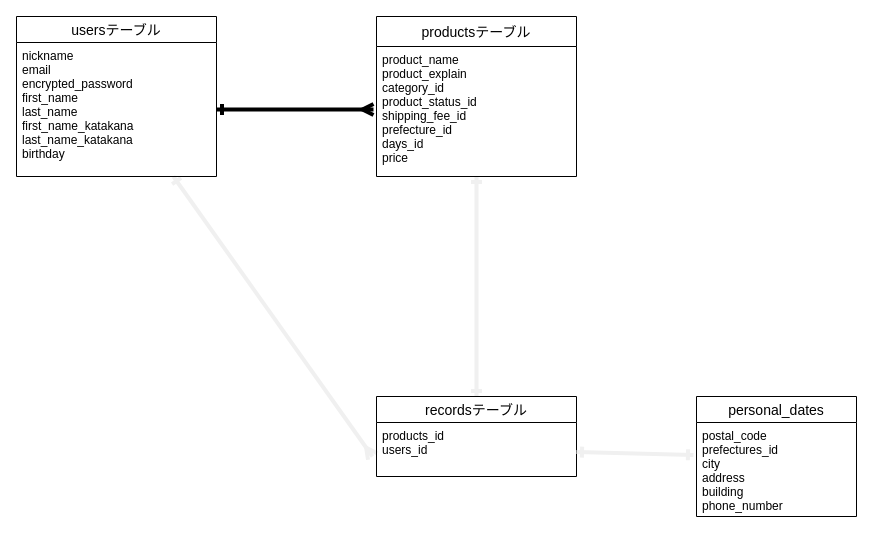
Before: er.dio in a-chikara/furima-34425, a draw.io diagram. Source tidied: cells renumbered, new cells numbered last; positions are measured from the earlier drawing's top-left corner, leaving out a move shared by most shapes. Both pictures are drawn from the tidied source at 100%, with x=0, y=0 at pixel (16, 16).
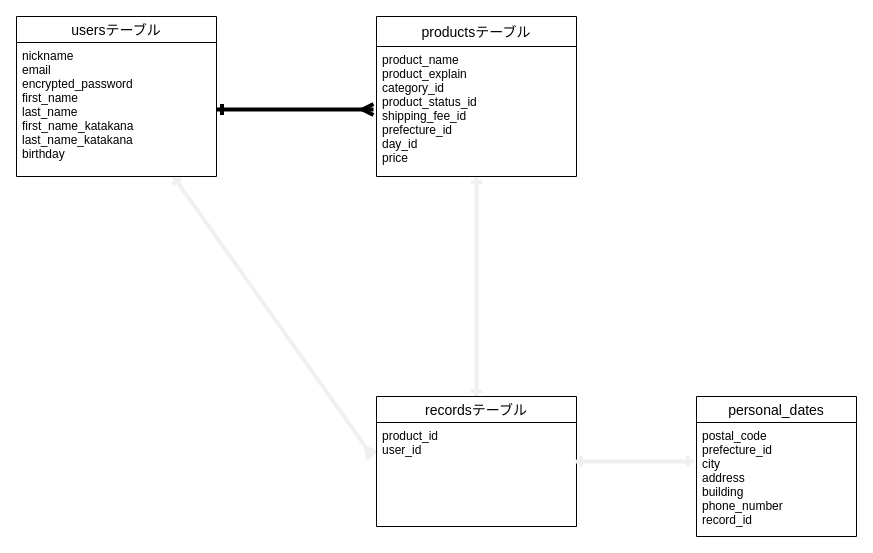
The same diagram, later.

The edit, as a diff of the source:
```diff
@@
 <mxGraphModel>
   <root>
     <mxCell id="0" />
     <mxCell id="1" parent="0" />
     <mxCell id="2" style="edgeStyle=orthogonalEdgeStyle;rounded=0;sketch=0;orthogonalLoop=1;jettySize=auto;html=1;exitX=0.5;exitY=1;exitDx=0;exitDy=0;strokeWidth=4;" parent="1" edge="1">
       <mxGeometry relative="1" as="geometry">
         <mxPoint x="590" y="300" as="sourcePoint" />
         <mxPoint x="590" y="300" as="targetPoint" />
       </mxGeometry>
     </mxCell>
     <mxCell id="3" style="edgeStyle=none;rounded=0;sketch=0;jettySize=auto;html=1;startArrow=ERone;startFill=0;endArrow=ERmany;endFill=0;strokeColor=#f0f0f0;strokeWidth=4;" parent="1" edge="1" source="4">
       <mxGeometry relative="1" as="geometry">
         <mxPoint x="356" y="440" as="targetPoint" />
       </mxGeometry>
     </mxCell>
     <mxCell id="4" value="usersテーブル" style="swimlane;fontStyle=0;horizontal=1;startSize=26;align=center;fontSize=14;rounded=0;sketch=0;" parent="1" vertex="1">
       <mxGeometry width="200" height="160" as="geometry" />
     </mxCell>
     <mxCell id="5" value="nickname&#10;email&#10;encrypted_password&#10;first_name&#10;last_name&#10;first_name_katakana&#10;last_name_katakana&#10;birthday" style="text;strokeColor=none;fillColor=none;spacingLeft=4;spacingRight=4;overflow=hidden;points=[[0,0.5],[1,0.5]];portConstraint=eastwest;fontSize=12;" parent="4" vertex="1">
       <mxGeometry y="26" width="200" height="134" as="geometry" />
     </mxCell>
     <mxCell id="6" style="rounded=0;sketch=0;jettySize=auto;html=1;entryX=0.5;entryY=0;entryDx=0;entryDy=0;startArrow=ERone;startFill=0;strokeColor=#f0f0f0;strokeWidth=4;endArrow=ERone;endFill=0;" parent="1" edge="1" source="7" target="10">
       <mxGeometry relative="1" as="geometry" />
     </mxCell>
     <mxCell id="7" value="productsテーブル" style="swimlane;fontStyle=0;horizontal=1;startSize=30;align=center;fontSize=14;rounded=0;sketch=0;" parent="1" vertex="1">
       <mxGeometry x="360" width="200" height="160" as="geometry" />
     </mxCell>
-    <mxCell id="8" value="product_name&#10;product_explain&#10;category_id&#10;product_status_id&#10;shipping_fee_id&#10;prefecture_id&#10;days_id&#10;price" style="text;strokeColor=none;fillColor=none;spacingLeft=4;spacingRight=4;overflow=hidden;fontSize=12;" parent="7" vertex="1">
+    <mxCell id="8" value="product_name&#10;product_explain&#10;category_id&#10;product_status_id&#10;shipping_fee_id&#10;prefecture_id&#10;day_id&#10;price" style="text;strokeColor=none;fillColor=none;spacingLeft=4;spacingRight=4;overflow=hidden;fontSize=12;" parent="7" vertex="1">
       <mxGeometry y="30" width="200" height="130" as="geometry" />
     </mxCell>
     <mxCell id="9" style="edgeStyle=orthogonalEdgeStyle;sketch=0;jettySize=auto;html=1;exitX=1;exitY=0.5;exitDx=0;exitDy=0;strokeWidth=4;rounded=0;startArrow=ERone;startFill=0;endArrow=ERmany;endFill=0;" parent="1" edge="1" source="5">
       <mxGeometry relative="1" as="geometry">
         <mxPoint x="357" y="93" as="targetPoint" />
       </mxGeometry>
     </mxCell>
     <mxCell id="10" value="recordsテーブル" style="swimlane;fontStyle=0;horizontal=1;startSize=26;align=center;fontSize=14;rounded=0;sketch=0;" parent="1" vertex="1">
-      <mxGeometry x="360" y="380" width="200" height="80" as="geometry" />
+      <mxGeometry x="360" y="380" width="200" height="130" as="geometry" />
     </mxCell>
-    <mxCell id="11" value="products_id&#10;users_id&#10;" style="text;strokeColor=none;fillColor=none;spacingLeft=4;spacingRight=4;overflow=hidden;points=[[0,0.5],[1,0.5]];portConstraint=eastwest;fontSize=12;" parent="10" vertex="1">
-      <mxGeometry y="26" width="200" height="54" as="geometry" />
+    <mxCell id="11" value="product_id&#10;user_id&#10;" style="text;strokeColor=none;fillColor=none;spacingLeft=4;spacingRight=4;overflow=hidden;points=[[0,0.5],[1,0.5]];portConstraint=eastwest;fontSize=12;" parent="10" vertex="1">
+      <mxGeometry y="26" width="200" height="104" as="geometry" />
     </mxCell>
     <mxCell id="12" value="personal_dates" style="swimlane;fontStyle=0;horizontal=1;startSize=26;align=center;fontSize=14;rounded=0;sketch=0;" parent="1" vertex="1">
-      <mxGeometry x="680" y="380" width="160" height="120" as="geometry" />
+      <mxGeometry x="680" y="380" width="160" height="140" as="geometry" />
     </mxCell>
-    <mxCell id="13" value="postal_code&#10;prefectures_id&#10;city&#10;address&#10;building&#10;phone_number" style="text;strokeColor=none;fillColor=none;spacingLeft=4;spacingRight=4;overflow=hidden;points=[[0,0.5],[1,0.5]];portConstraint=eastwest;fontSize=12;" parent="12" vertex="1">
-      <mxGeometry y="26" width="160" height="94" as="geometry" />
+    <mxCell id="13" value="postal_code&#10;prefecture_id&#10;city&#10;address&#10;building&#10;phone_number&#10;record_id " style="text;strokeColor=none;fillColor=none;spacingLeft=4;spacingRight=4;overflow=hidden;points=[[0,0.5],[1,0.5]];portConstraint=eastwest;fontSize=12;" parent="12" vertex="1">
+      <mxGeometry y="26" width="160" height="114" as="geometry" />
     </mxCell>
-    <mxCell id="14" style="edgeStyle=none;rounded=0;sketch=0;jettySize=auto;html=1;entryX=-0.019;entryY=0.345;entryDx=0;entryDy=0;entryPerimeter=0;startArrow=ERone;startFill=0;endArrow=ERone;endFill=0;strokeColor=#f0f0f0;strokeWidth=4;" parent="1" edge="1" source="11" target="13">
-      <mxGeometry relative="1" as="geometry" />
+    <mxCell id="14" style="edgeStyle=none;rounded=0;sketch=0;orthogonalLoop=1;jettySize=auto;html=1;startArrow=ERone;startFill=0;endArrow=ERone;endFill=0;strokeColor=#f0f0f0;strokeWidth=4;" parent="1" edge="1">
+      <mxGeometry relative="1" as="geometry">
+        <mxPoint x="559" y="445" as="sourcePoint" />
+        <mxPoint x="677" y="445" as="targetPoint" />
+      </mxGeometry>
     </mxCell>
   </root>
 </mxGraphModel>
```
